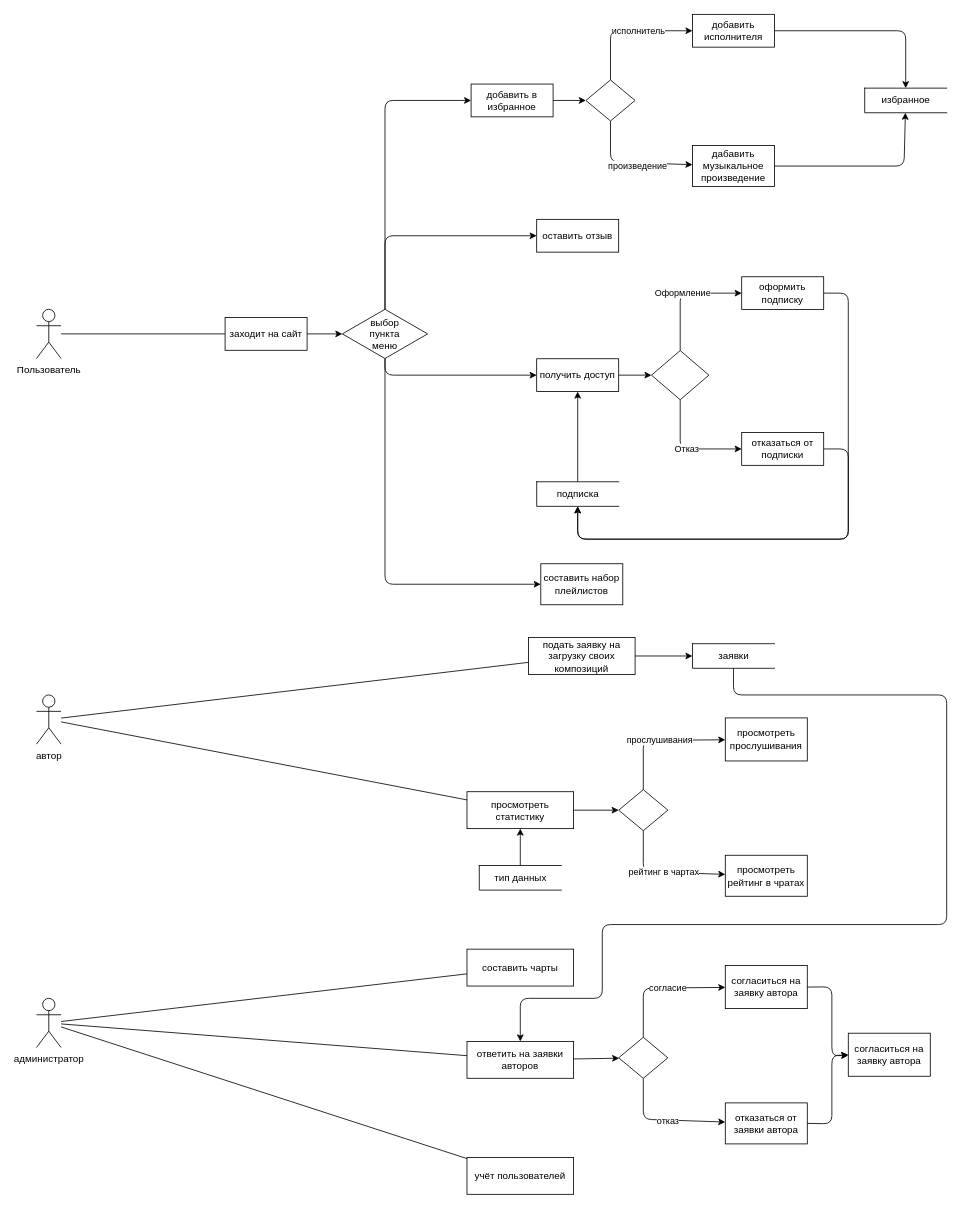
This is page "Страница 1" (1 of 2) of DFD_MusicLibrary.drawio from Arina-Skildeeva/Description-, a draw.io file, before an edit. Source tidied: cells renumbered, new cells numbered last; positions are measured from the earlier drawing's top-left corner, leaving out a move shared by most shapes. Both pictures are drawn from the tidied source at 82%, with x=0, y=0 at pixel (36, 14).
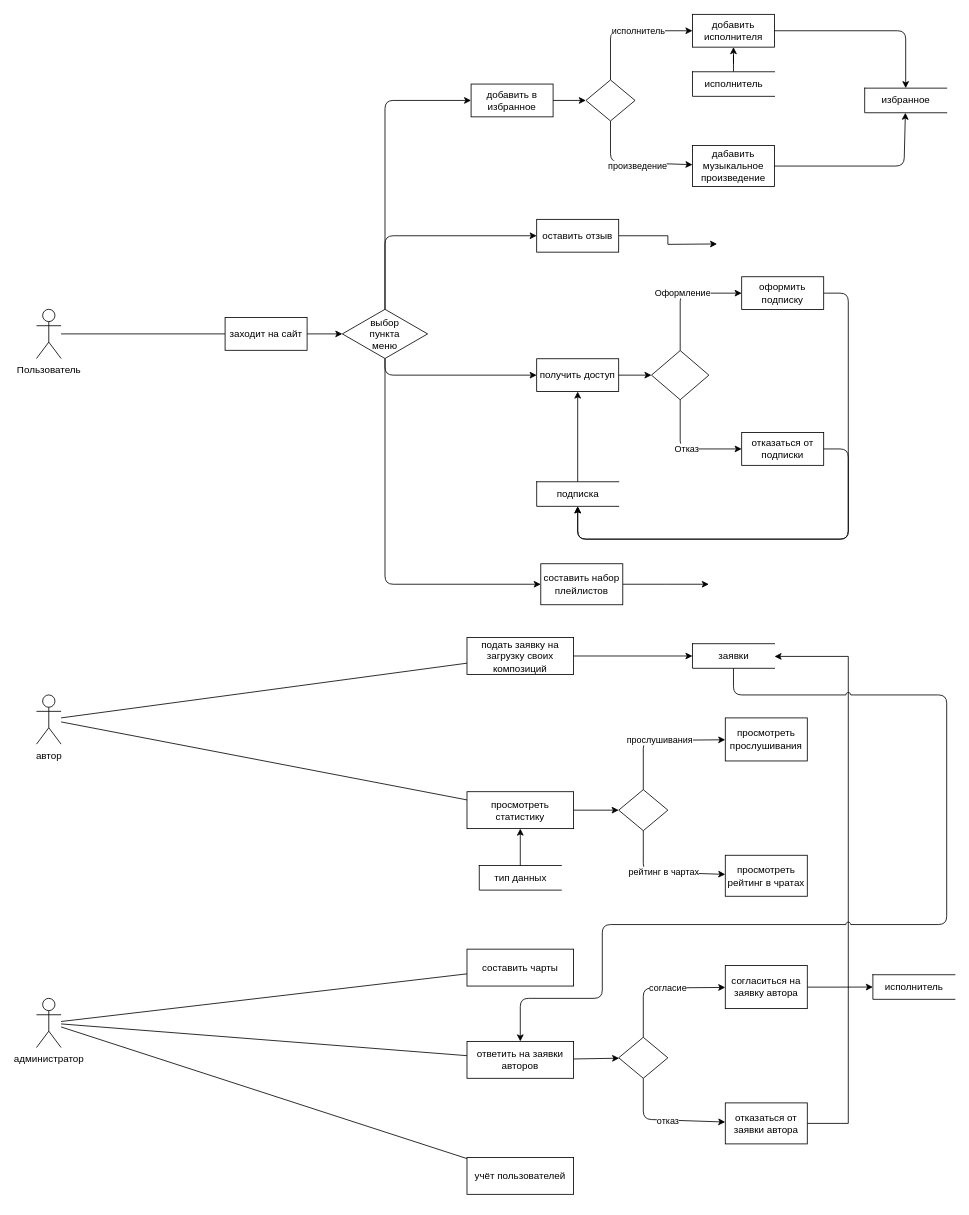
Above is the later version.

The change refers to these unchanged cells:
```xml
<mxCell id="8" value="оставить отзыв" style="rounded=0;whiteSpace=wrap;html=1;" parent="1" vertex="1">
  <mxGeometry x="610" y="250" width="100" height="40" as="geometry" />
</mxCell>
<mxCell id="26" value="добавить исполнителя" style="rounded=0;whiteSpace=wrap;html=1;" parent="1" vertex="1">
  <mxGeometry x="800" width="100" height="40" as="geometry" />
</mxCell>
<mxCell id="30" value="составить набор плейлистов" style="rounded=0;whiteSpace=wrap;html=1;" parent="1" vertex="1">
  <mxGeometry x="615" y="670" width="100" height="50" as="geometry" />
</mxCell>
<mxCell id="44" value="заявки" style="html=1;dashed=0;whitespace=wrap;shape=partialRectangle;right=0;" parent="1" vertex="1">
  <mxGeometry x="800" y="767.5" width="100" height="30" as="geometry" />
</mxCell>
<mxCell id="52" value="отказаться от заявки автора" style="rounded=0;whiteSpace=wrap;html=1;" parent="1" vertex="1">
  <mxGeometry x="840" y="1327.5" width="100" height="50" as="geometry" />
</mxCell>
<mxCell id="53" value="согласиться на заявку автора" style="rounded=0;whiteSpace=wrap;html=1;" parent="1" vertex="1">
  <mxGeometry x="840" y="1160" width="100" height="52.5" as="geometry" />
</mxCell>
```

Change to the diagram source:
```diff
@@
+    <mxCell id="71" style="edgeStyle=orthogonalEdgeStyle;rounded=0;jettySize=auto;html=1;" parent="1" edge="1" source="8">
+      <mxGeometry relative="1" as="geometry">
+        <mxPoint x="830" y="280" as="targetPoint" />
+      </mxGeometry>
+    </mxCell>
@@
+    <mxCell id="72" style="edgeStyle=orthogonalEdgeStyle;rounded=0;jettySize=auto;html=1;" parent="1" edge="1" source="30">
+      <mxGeometry relative="1" as="geometry">
+        <mxPoint x="820" y="695" as="targetPoint" />
+      </mxGeometry>
+    </mxCell>
@@
     <mxCell id="32" value="подать заявку на загрузку своих композиций" style="rounded=0;whiteSpace=wrap;html=1;" parent="1" vertex="1">
-      <mxGeometry x="600" y="760" width="130" height="45" as="geometry" />
+      <mxGeometry x="525" y="760" width="130" height="45" as="geometry" />
     </mxCell>
@@
+    <mxCell id="73" style="edgeStyle=orthogonalEdgeStyle;rounded=0;jettySize=auto;html=1;" parent="1" edge="1" source="52" target="44">
+      <mxGeometry relative="1" as="geometry">
+        <Array as="points">
+          <mxPoint x="990" y="1353" />
+          <mxPoint x="990" y="783" />
+        </Array>
+      </mxGeometry>
+    </mxCell>
@@
+    <mxCell id="74" style="edgeStyle=orthogonalEdgeStyle;rounded=0;jettySize=auto;html=1;" parent="1" edge="1" source="53" target="75">
+      <mxGeometry relative="1" as="geometry" />
+    </mxCell>
@@
-    <mxCell id="56" style="endArrow=classic;html=1;exitX=1;exitY=0.5;exitDx=0;exitDy=0;" parent="1" edge="1" source="53" target="57">
-      <mxGeometry relative="1" as="geometry">
-        <Array as="points">
-          <mxPoint x="970" y="1186" />
-          <mxPoint x="970" y="1270" />
-        </Array>
-      </mxGeometry>
-    </mxCell>
-    <mxCell id="57" value="согласиться на заявку автора" style="rounded=0;whiteSpace=wrap;html=1;" parent="1" vertex="1">
-      <mxGeometry x="990" y="1242.5" width="100" height="52.5" as="geometry" />
-    </mxCell>
-    <mxCell id="58" style="endArrow=classic;html=1;exitX=1;exitY=0.5;exitDx=0;exitDy=0;entryX=0;entryY=0.5;entryDx=0;entryDy=0;" parent="1" edge="1" source="52" target="57">
-      <mxGeometry relative="1" as="geometry">
-        <Array as="points">
-          <mxPoint x="970" y="1353" />
-          <mxPoint x="970" y="1270" />
-        </Array>
-      </mxGeometry>
-    </mxCell>
@@
+    <mxCell id="75" value="исполнитель" style="html=1;dashed=0;whitespace=wrap;shape=partialRectangle;right=0;" parent="1" vertex="1">
+      <mxGeometry x="1020" y="1171.2" width="100" height="30" as="geometry" />
+    </mxCell>
+    <mxCell id="76" style="edgeStyle=orthogonalEdgeStyle;rounded=0;jettySize=auto;html=1;" parent="1" edge="1" source="77" target="26">
+      <mxGeometry relative="1" as="geometry" />
+    </mxCell>
+    <mxCell id="77" value="исполнитель" style="html=1;dashed=0;whitespace=wrap;shape=partialRectangle;right=0;" parent="1" vertex="1">
+      <mxGeometry x="800" y="70" width="100" height="30" as="geometry" />
+    </mxCell>
```
